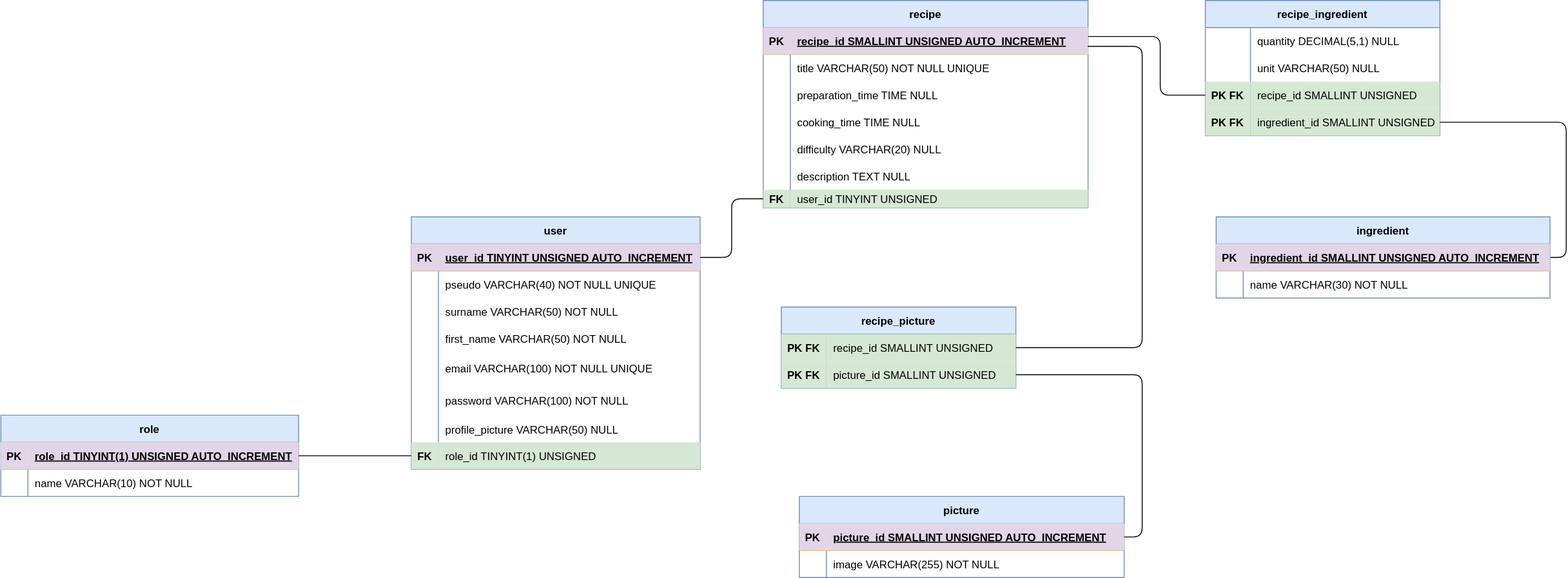
Before: code/server/merise/MPD_le_reseau_des_gourmets.drawio.svg, a diagram exported from draw.io (TigerSnowy/le_reseau_des_gourmets). Source tidied: cells renumbered, new cells last; positions are measured from the earlier drawing's top-left corner, leaving out a move shared by most shapes.
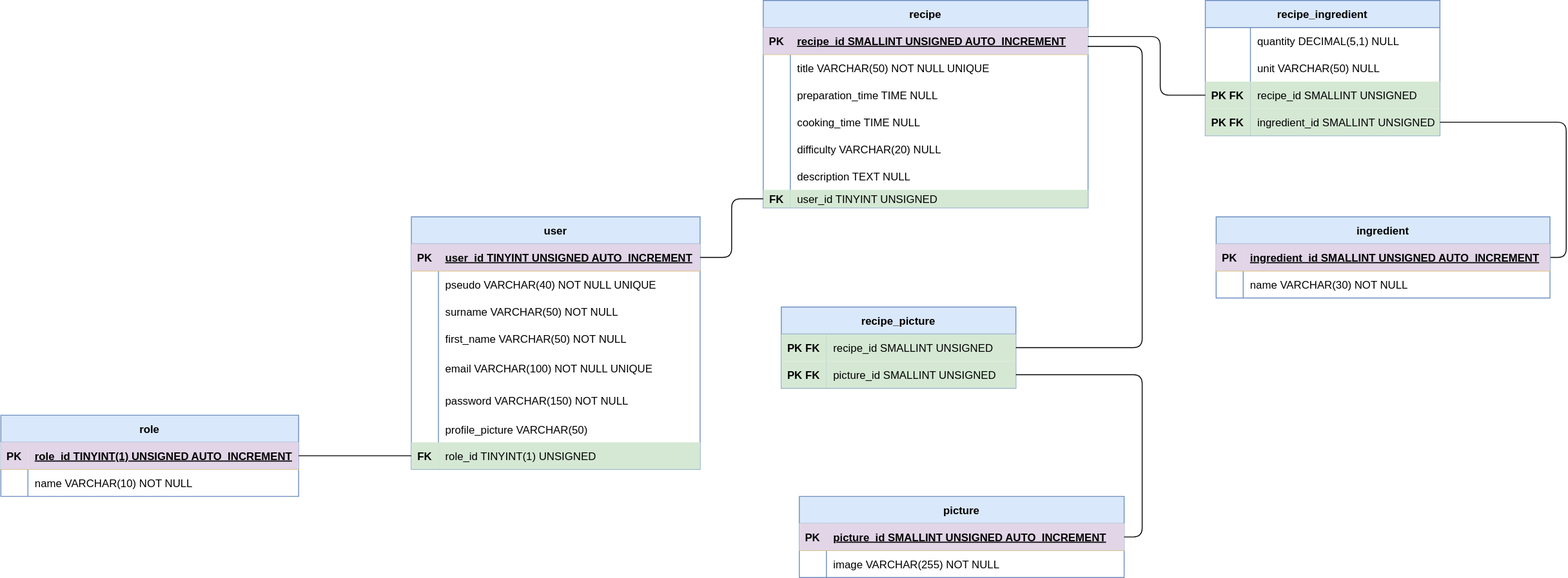
The same file after the commit.

Diff of the diagram source:
```diff
@@ -56,7 +56,7 @@
     <mxCell id="19" style="shape=partialRectangle;fillColor=none;top=0;left=0;bottom=0;right=0;overflow=hidden;" parent="18" vertex="1">
       <mxGeometry width="30" height="36" as="geometry" />
     </mxCell>
-    <mxCell id="20" value="password VARCHAR(100) NOT NULL" style="shape=partialRectangle;fillColor=none;top=0;left=0;bottom=0;right=0;align=left;spacingLeft=6;overflow=hidden;" parent="18" vertex="1">
+    <mxCell id="20" value="password VARCHAR(150) NOT NULL" style="shape=partialRectangle;fillColor=none;top=0;left=0;bottom=0;right=0;align=left;spacingLeft=6;overflow=hidden;" parent="18" vertex="1">
       <mxGeometry x="30" width="290" height="36" as="geometry" />
     </mxCell>
     <mxCell id="21" style="shape=tableRow;horizontal=0;startSize=0;swimlaneHead=0;swimlaneBody=0;fillColor=none;top=0;left=0;right=0;bottom=0;" parent="2" vertex="1">
@@ -65,7 +65,7 @@
     <mxCell id="22" style="shape=partialRectangle;fillColor=none;top=0;left=0;bottom=0;right=0;overflow=hidden;" parent="21" vertex="1">
       <mxGeometry width="30" height="28" as="geometry" />
     </mxCell>
-    <mxCell id="23" value="profile_picture VARCHAR(50) NULL" style="shape=partialRectangle;fillColor=none;top=0;left=0;bottom=0;right=0;align=left;spacingLeft=6;overflow=hidden;" parent="21" vertex="1">
+    <mxCell id="23" value="profile_picture VARCHAR(50)" style="shape=partialRectangle;fillColor=none;top=0;left=0;bottom=0;right=0;align=left;spacingLeft=6;overflow=hidden;" parent="21" vertex="1">
       <mxGeometry x="30" width="290" height="28" as="geometry" />
     </mxCell>
     <mxCell id="24" style="shape=tableRow;horizontal=0;startSize=0;swimlaneHead=0;swimlaneBody=0;fillColor=none;points=[[0,0.5],[1,0.5]];portConstraint=eastwest;top=0;left=0;right=0;bottom=0;" parent="2" vertex="1">
```
